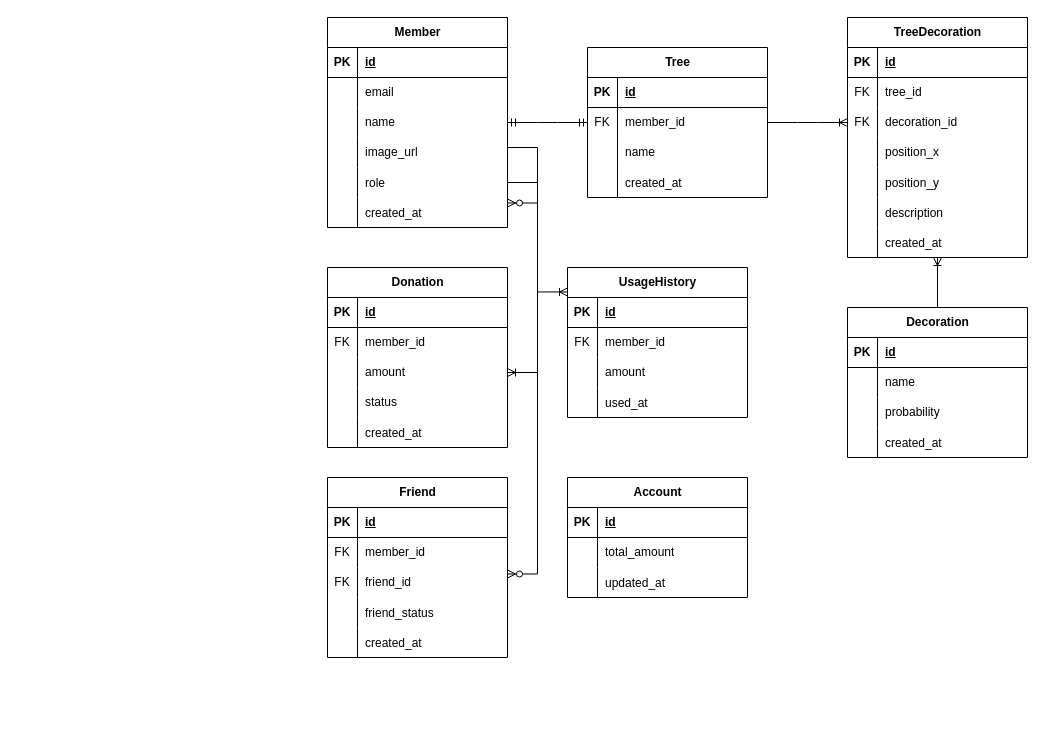
The draw.io diagram ChaeumERD.drawio in 2025-Advanced-Capstone-Chaeum/ERD, before the edit. Source tidied: cells renumbered, new cells numbered last; positions are measured from the earlier drawing's top-left corner, leaving out a move shared by most shapes. Both pictures are drawn from the tidied source at 100%, with x=0, y=0 at pixel (327, 17).
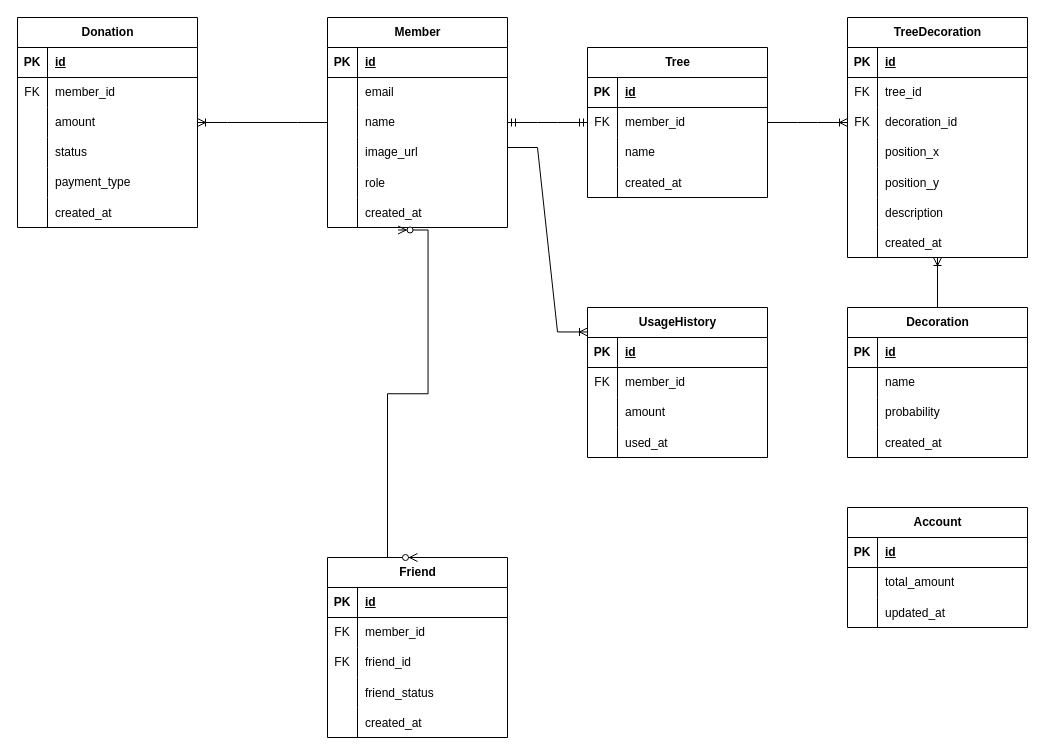
The same diagram, later.

Commit message:
docs: Donation 클래스 payment_type 필드 추가

The change refers to these unchanged cells:
```xml
<mxCell id="9" style="shape=tableRow;horizontal=0;startSize=0;swimlaneHead=0;swimlaneBody=0;fillColor=none;points=[[0,0.5],[1,0.5]];portConstraint=eastwest;top=0;left=0;right=0;bottom=0;" parent="2" vertex="1">
  <mxGeometry y="90" width="180" height="30" as="geometry" />
</mxCell>
<mxCell id="15" style="shape=tableRow;horizontal=0;startSize=0;swimlaneHead=0;swimlaneBody=0;fillColor=none;points=[[0,0.5],[1,0.5]];portConstraint=eastwest;top=0;left=0;right=0;bottom=0;" parent="2" vertex="1">
  <mxGeometry y="150" width="180" height="30" as="geometry" />
</mxCell>
<mxCell id="18" style="shape=tableRow;horizontal=0;startSize=0;swimlaneHead=0;swimlaneBody=0;fillColor=none;points=[[0,0.5],[1,0.5]];portConstraint=eastwest;top=0;left=0;right=0;bottom=0;" parent="2" vertex="1">
  <mxGeometry y="180" width="180" height="30" as="geometry" />
</mxCell>
<mxCell id="79" style="shape=tableRow;horizontal=0;startSize=0;swimlaneHead=0;swimlaneBody=0;fillColor=none;points=[[0,0.5],[1,0.5]];portConstraint=eastwest;top=0;left=0;right=0;bottom=0;" parent="72" vertex="1">
  <mxGeometry y="90" width="180" height="30" as="geometry" />
</mxCell>
<mxCell id="108" style="shape=tableRow;horizontal=0;startSize=0;swimlaneHead=0;swimlaneBody=0;fillColor=none;points=[[0,0.5],[1,0.5]];portConstraint=eastwest;top=0;left=0;right=0;bottom=0;" parent="101" vertex="1">
  <mxGeometry y="90" width="180" height="30" as="geometry" />
</mxCell>
```

The edit, as a diff of the source:
```diff
@@
     <mxCell id="72" value="Donation" style="shape=table;startSize=30;childLayout=tableLayout;rowLines=0;fontStyle=1;align=center;html=1;" parent="1" vertex="1">
-      <mxGeometry y="250" width="180" height="180" as="geometry" />
+      <mxGeometry x="-310" width="180" height="210" as="geometry" />
     </mxCell>
@@
+    <mxCell id="130" style="shape=tableRow;horizontal=0;startSize=0;swimlaneHead=0;swimlaneBody=0;fillColor=none;top=0;left=0;right=0;bottom=0;" parent="72" vertex="1">
+      <mxGeometry y="150" width="180" height="30" as="geometry" />
+    </mxCell>
+    <mxCell id="131" style="shape=partialRectangle;fillColor=none;top=0;left=0;bottom=0;right=0;overflow=hidden;whiteSpace=wrap;html=1;" parent="130" vertex="1">
+      <mxGeometry width="30" height="30" as="geometry" />
+    </mxCell>
+    <mxCell id="132" value="payment_type" style="shape=partialRectangle;fillColor=none;top=0;left=0;bottom=0;right=0;align=left;spacingLeft=6;overflow=hidden;whiteSpace=wrap;html=1;" parent="130" vertex="1">
+      <mxGeometry x="30" width="150" height="30" as="geometry" />
+    </mxCell>
     <mxCell id="85" style="shape=tableRow;horizontal=0;startSize=0;swimlaneHead=0;swimlaneBody=0;fillColor=none;top=0;left=0;right=0;bottom=0;" parent="72" vertex="1">
-      <mxGeometry y="150" width="180" height="30" as="geometry" />
+      <mxGeometry y="180" width="180" height="30" as="geometry" />
     </mxCell>
@@
     <mxCell id="88" value="UsageHistory" style="shape=table;startSize=30;childLayout=tableLayout;rowLines=0;fontStyle=1;align=center;html=1;" parent="1" vertex="1">
-      <mxGeometry x="240" y="250" width="180" height="150" as="geometry" />
+      <mxGeometry x="260" y="290" width="180" height="150" as="geometry" />
     </mxCell>
@@
     <mxCell id="101" value="Friend" style="shape=table;startSize=30;childLayout=tableLayout;rowLines=0;fontStyle=1;align=center;html=1;" parent="1" vertex="1">
-      <mxGeometry y="460" width="180" height="180" as="geometry" />
+      <mxGeometry y="540" width="180" height="180" as="geometry" />
     </mxCell>
@@
     <mxCell id="117" value="Account" style="shape=table;startSize=30;childLayout=tableLayout;rowLines=0;fontStyle=1;align=center;html=1;" parent="1" vertex="1">
-      <mxGeometry x="240" y="460" width="180" height="120" as="geometry" />
+      <mxGeometry x="520" y="490" width="180" height="120" as="geometry" />
     </mxCell>
@@
-    <mxCell id="127" style="edgeStyle=entityRelationEdgeStyle;fontSize=12;html=1;endArrow=ERoneToMany;rounded=0;exitX=1;exitY=0.5;exitDx=0;exitDy=0;entryX=1;entryY=0.5;entryDx=0;entryDy=0;" parent="1" edge="1" source="15" target="79">
-      <mxGeometry relative="1" as="geometry" />
+    <mxCell id="127" style="edgeStyle=entityRelationEdgeStyle;fontSize=12;html=1;endArrow=ERoneToMany;rounded=0;exitX=0;exitY=0.5;exitDx=0;exitDy=0;entryX=1;entryY=0.5;entryDx=0;entryDy=0;" parent="1" edge="1" source="9" target="79">
+      <mxGeometry relative="1" as="geometry">
+        <Array as="points">
+          <mxPoint x="-10" y="90" />
+          <mxPoint y="120" />
+        </Array>
+      </mxGeometry>
     </mxCell>
@@
-    <mxCell id="129" style="edgeStyle=entityRelationEdgeStyle;fontSize=12;html=1;endArrow=ERzeroToMany;endFill=1;startArrow=ERzeroToMany;rounded=0;exitX=1;exitY=0.217;exitDx=0;exitDy=0;entryX=1;entryY=0.183;entryDx=0;entryDy=0;entryPerimeter=0;exitPerimeter=0;" parent="1" edge="1" source="108" target="18">
-      <mxGeometry relative="1" as="geometry" />
+    <mxCell id="129" style="edgeStyle=entityRelationEdgeStyle;fontSize=12;html=1;endArrow=ERzeroToMany;endFill=1;startArrow=ERzeroToMany;rounded=0;exitX=0.5;exitY=0;exitDx=0;exitDy=0;entryX=0.392;entryY=1.083;entryDx=0;entryDy=0;entryPerimeter=0;" parent="1" edge="1" source="101" target="18">
+      <mxGeometry relative="1" as="geometry">
+        <Array as="points">
+          <mxPoint x="97" y="450" />
+          <mxPoint x="97" y="380" />
+        </Array>
+      </mxGeometry>
     </mxCell>
```
